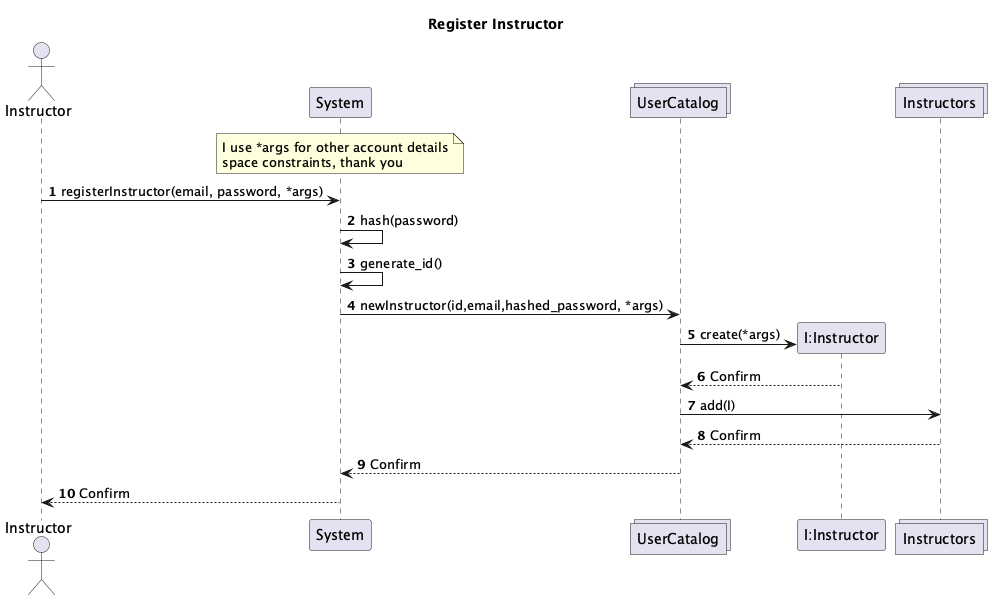
Before: System-Diagrams/UML Interaction/Instructor/Instructor-Interactions.png, a diagram exported from PlantUML (vibqetowi/soen-342-project). Source of this version:
```plantuml
@startuml
actor Instructor
participant System
collections UserCatalog
participant "I:Instructor"
collections Instructors

title Register Instructor

note over of System
I use *args for other account details
space constraints, thank you
end note

autonumber

Instructor -> System : registerInstructor(email, password, *args)
System -> System : hash(password)
System -> System: generate_id()
System -> UserCatalog: newInstructor(id,email,hashed_password, *args)
UserCatalog  -> "I:Instructor" **: create(*args)
"I:Instructor" --> UserCatalog : Confirm
UserCatalog -> Instructors : add(I)
Instructors --> UserCatalog: Confirm
UserCatalog --> System: Confirm
System --> Instructor: Confirm

@enduml
```
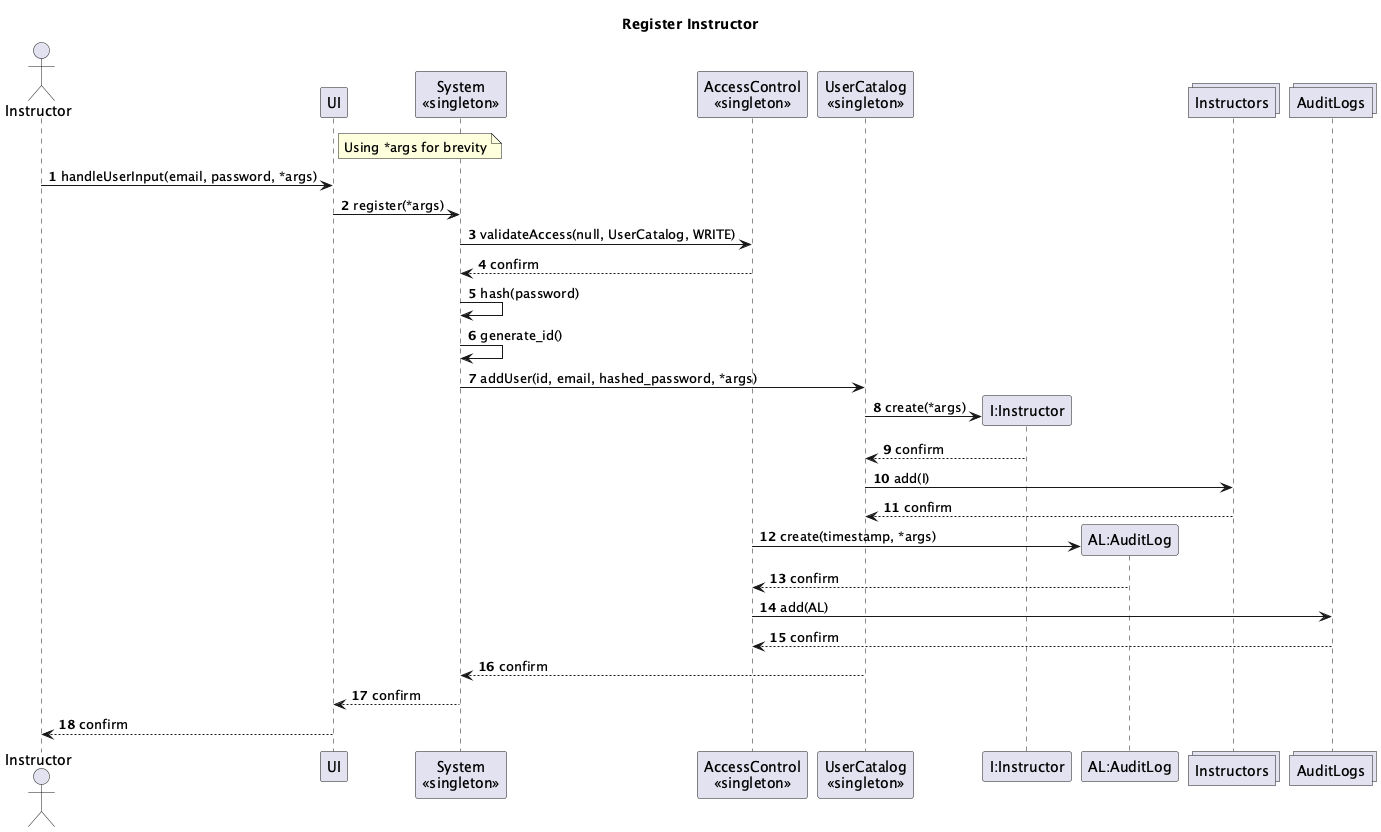
After the commit.

Change to the diagram source:
```diff
@@ -1,28 +1,45 @@
 @startuml
 actor Instructor
-participant System
-collections UserCatalog
-participant "I:Instructor"
+participant UI
+participant "System\n<<singleton>>" as System
+participant "AccessControl\n<<singleton>>" as AccessControl
+participant "UserCatalog\n<<singleton>>" as UserCatalog
+participant "I:Instructor" as User
+participant "AL:AuditLog" as AuditLog
 collections Instructors
+collections AuditLogs
 
 title Register Instructor
 
-note over of System
-I use *args for other account details
-space constraints, thank you
+note right of UI
+Using *args for brevity
 end note
 
 autonumber
 
-Instructor -> System : registerInstructor(email, password, *args)
-System -> System : hash(password)
+Instructor -> UI: handleUserInput(email, password, *args)
+UI -> System: register(*args)
+
+System -> AccessControl: validateAccess(null, UserCatalog, WRITE)
+AccessControl --> System: confirm
+
+System -> System: hash(password)
 System -> System: generate_id()
-System -> UserCatalog: newInstructor(id,email,hashed_password, *args)
-UserCatalog  -> "I:Instructor" **: create(*args)
-"I:Instructor" --> UserCatalog : Confirm
-UserCatalog -> Instructors : add(I)
-Instructors --> UserCatalog: Confirm
-UserCatalog --> System: Confirm
-System --> Instructor: Confirm
+
+System -> UserCatalog: addUser(id, email, hashed_password, *args)
+UserCatalog -> User ** : create(*args)
+
+User --> UserCatalog: confirm
+UserCatalog -> Instructors: add(I)
+Instructors --> UserCatalog: confirm
+
+AccessControl -> AuditLog **: create(timestamp, *args)
+AuditLog --> AccessControl: confirm
+AccessControl -> AuditLogs: add(AL)
+AuditLogs --> AccessControl: confirm
+
+UserCatalog --> System: confirm
+System --> UI: confirm
+UI --> Instructor: confirm
 
 @enduml
```
